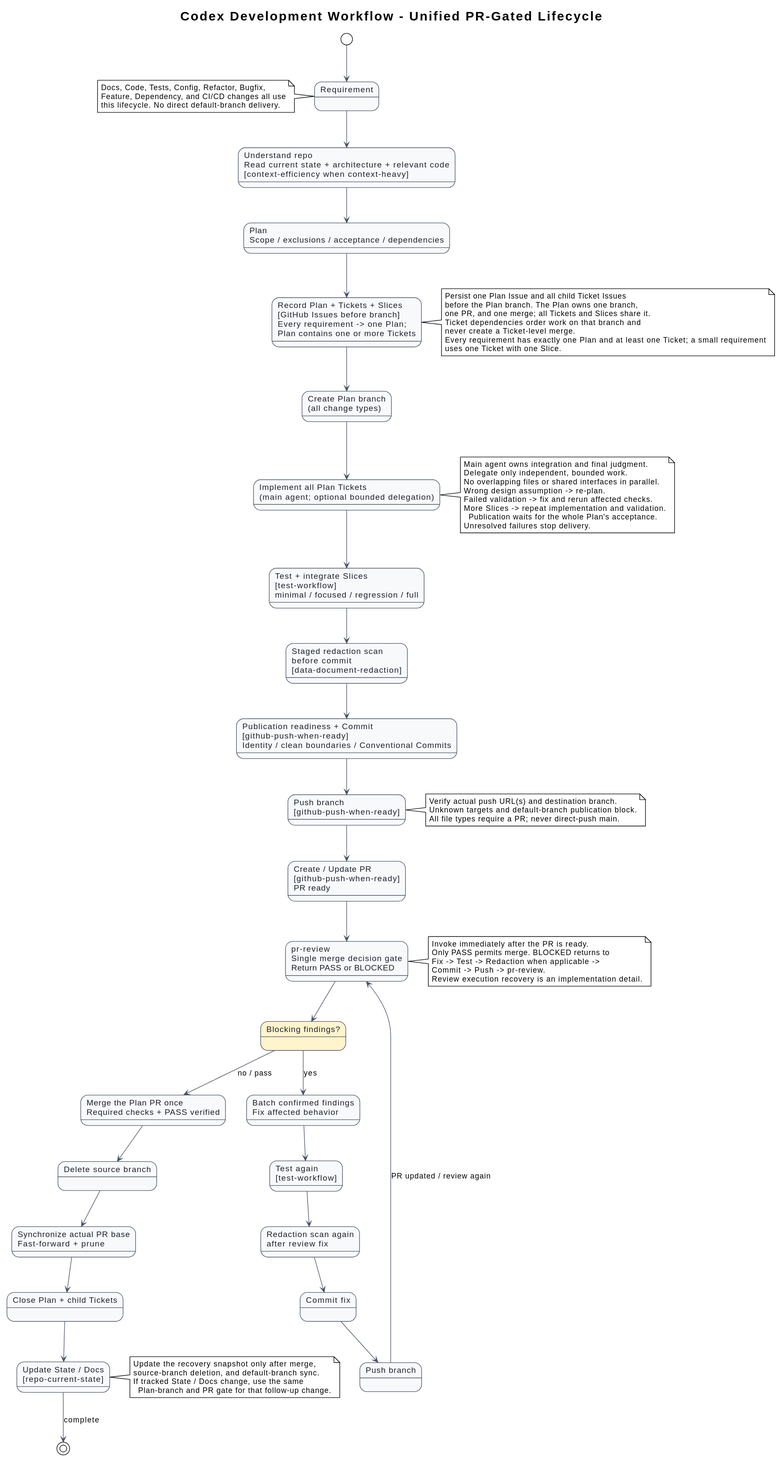
Earlier version of the PlantUML export docs/diagrams/architecture.svg (i-zrhe2016/codex-development-workflow).
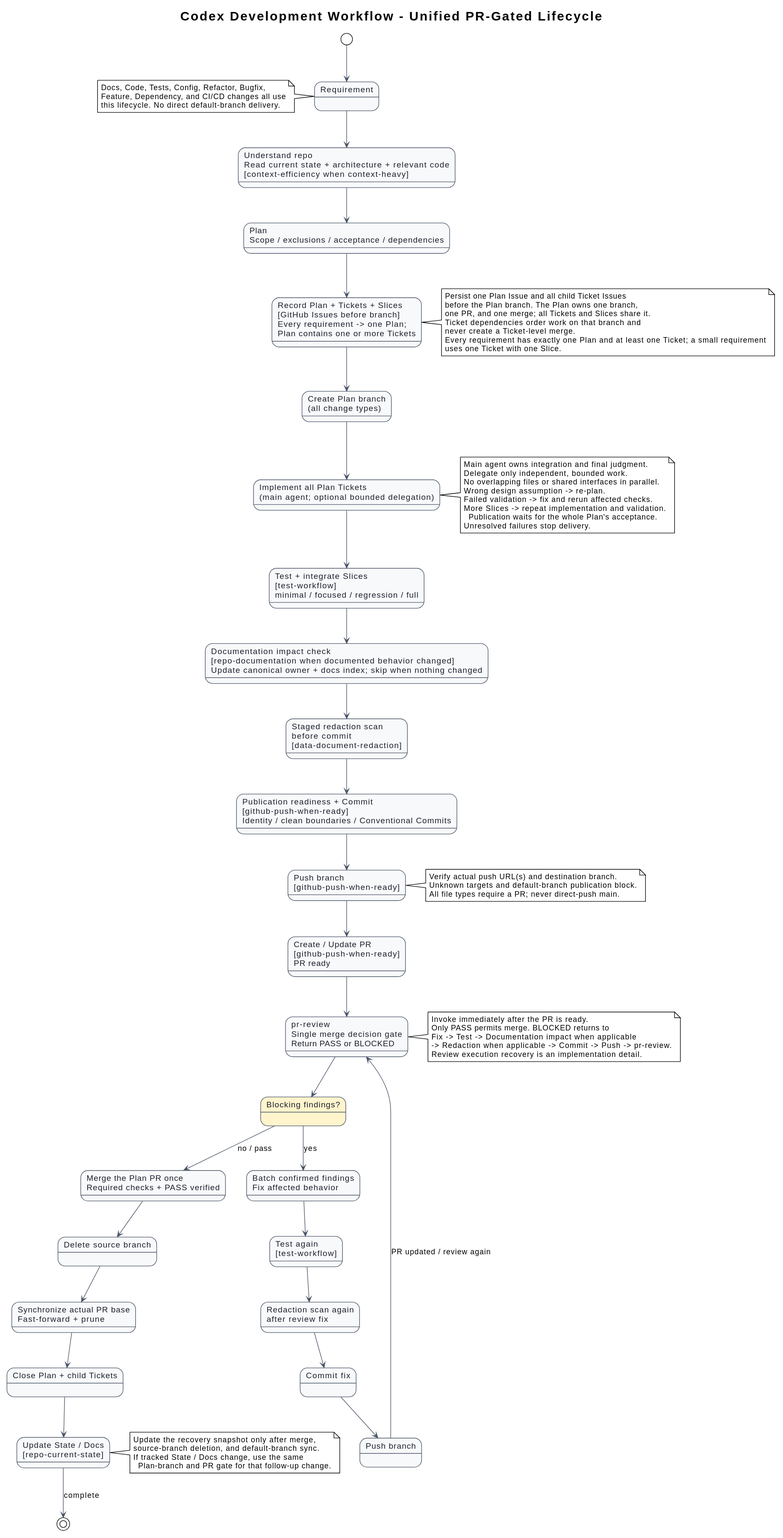
After the commit.

The edit, as a diff of the source:
```diff
@@ -19,6 +19,7 @@
 state "Create Plan branch\n(all change types)" as branch
 state "Implement all Plan Tickets\n(main agent; optional bounded delegation)" as implement
 state "Test + integrate Slices\n[test-workflow]\nminimal / focused / regression / full" as test
+state "Documentation impact check\n[repo-documentation when documented behavior changed]\nUpdate canonical owner + docs index; skip when nothing changed" as docs
 state "Staged redaction scan\nbefore commit\n[data-document-redaction]" as redact
 state "Publication readiness + Commit\n[github-push-when-ready]\nIdentity / clean boundaries / Conventional Commits" as commit
 state "Push branch\n[github-push-when-ready]" as push
@@ -43,7 +44,8 @@
 decompose --> branch
 branch --> implement
 implement --> test
-test --> redact
+test --> docs
+docs --> redact
 redact --> commit
 commit --> push
 push --> pr
@@ -75,8 +77,8 @@
 note right of review
 Invoke immediately after the PR is ready.
 Only PASS permits merge. BLOCKED returns to
-Fix -> Test -> Redaction when applicable ->
-Commit -> Push -> pr-review.
+Fix -> Test -> Documentation impact when applicable
+-> Redaction when applicable -> Commit -> Push -> pr-review.
 Review execution recovery is an implementation detail.
 end note
 
```
